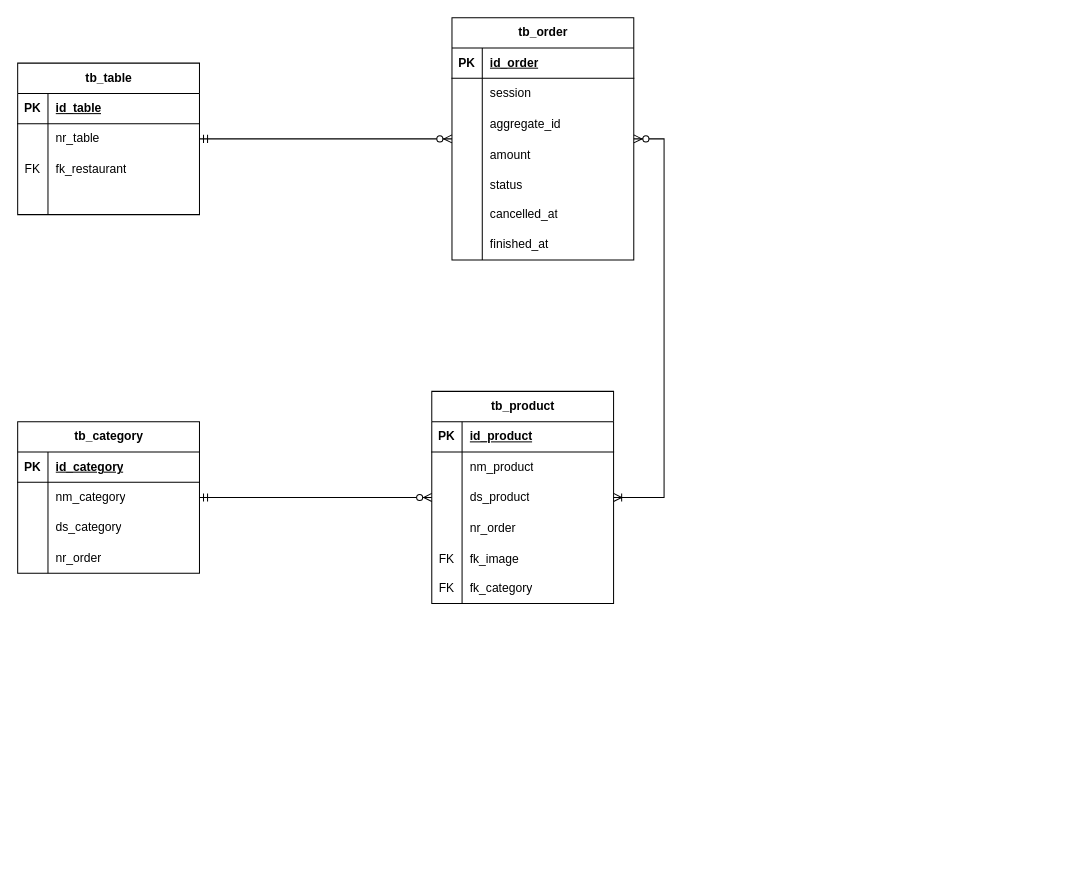
Before: mvp/docs/der.drawio in FlaTechX/ros-documentacao, a draw.io diagram. Source tidied: cells renumbered, new cells numbered last; positions are measured from the earlier drawing's top-left corner, leaving out a move shared by most shapes. Both pictures are drawn from the tidied source at 101%, with x=0, y=0 at pixel (17, 17).
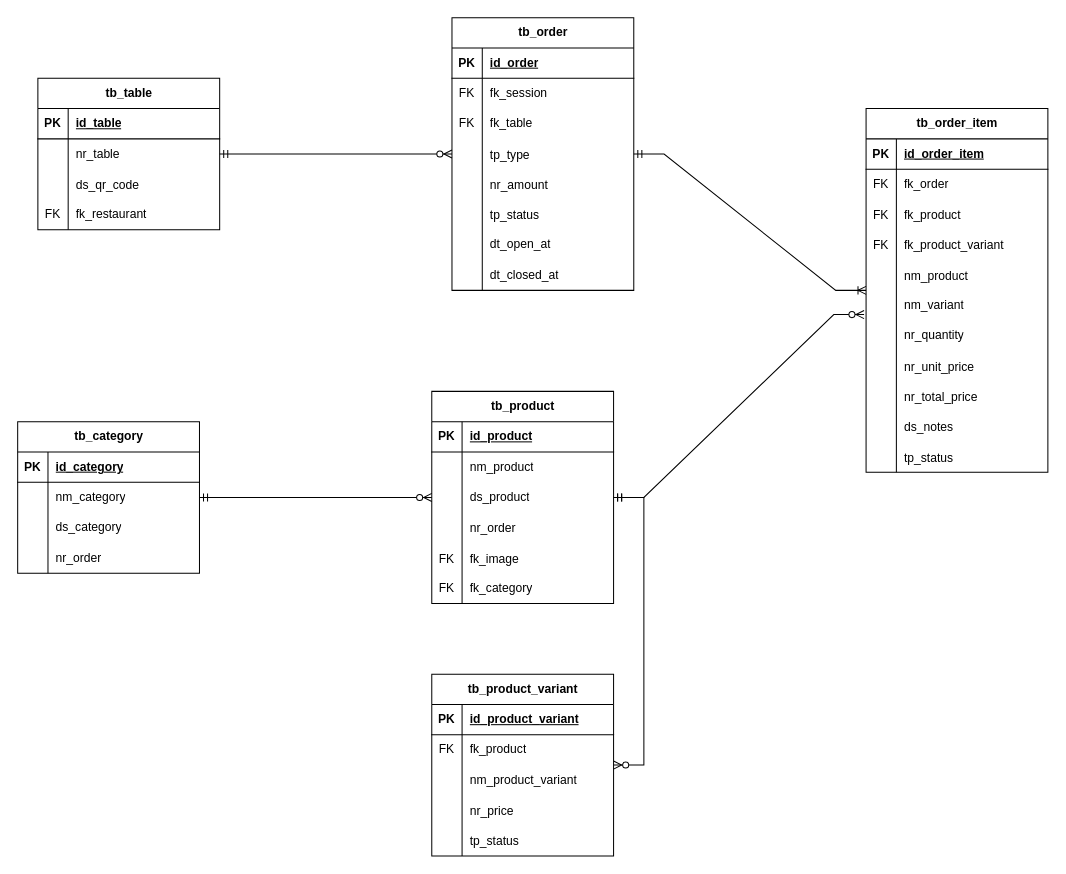
The same page after the edit.

The change refers to these unchanged cells:
```xml
<mxCell id="19" style="shape=tableRow;horizontal=0;startSize=0;swimlaneHead=0;swimlaneBody=0;fillColor=none;top=0;left=0;right=0;bottom=0;" parent="15" vertex="1">
  <mxGeometry y="60" width="180" height="30" as="geometry" />
</mxCell>
<mxCell id="50" value="tb_product" style="shape=table;startSize=30;childLayout=tableLayout;rowLines=0;fontStyle=1;align=center;html=1;" parent="1" vertex="1">
  <mxGeometry x="410" y="370" width="180" height="210" as="geometry" />
</mxCell>
```

The edit, as a diff of the source:
```diff
@@
     <mxCell id="2" value="tb_table" style="shape=table;startSize=30;childLayout=tableLayout;rowLines=0;fontStyle=1;align=center;html=1;" parent="1" vertex="1">
-      <mxGeometry y="45" width="180" height="150" as="geometry" />
+      <mxGeometry x="20" y="60" width="180" height="150" as="geometry" />
     </mxCell>
@@
+    <mxCell id="72" style="shape=tableRow;horizontal=0;startSize=0;swimlaneHead=0;swimlaneBody=0;fillColor=none;top=0;left=0;right=0;bottom=0;" parent="2" vertex="1">
+      <mxGeometry y="90" width="180" height="30" as="geometry" />
+    </mxCell>
+    <mxCell id="73" style="shape=partialRectangle;fillColor=none;top=0;left=0;bottom=0;right=0;overflow=hidden;" parent="72" vertex="1">
+      <mxGeometry width="30" height="30" as="geometry" />
+    </mxCell>
+    <mxCell id="74" value="ds_qr_code" style="shape=partialRectangle;fillColor=none;top=0;left=0;bottom=0;right=0;align=left;spacingLeft=6;overflow=hidden;" parent="72" vertex="1">
+      <mxGeometry x="30" width="150" height="30" as="geometry" />
+    </mxCell>
     <mxCell id="9" style="shape=tableRow;horizontal=0;startSize=0;swimlaneHead=0;swimlaneBody=0;fillColor=none;top=0;left=0;right=0;bottom=0;" parent="2" vertex="1">
-      <mxGeometry y="90" width="180" height="30" as="geometry" />
+      <mxGeometry y="120" width="180" height="30" as="geometry" />
     </mxCell>
@@
-    <mxCell id="12" style="shape=tableRow;horizontal=0;startSize=0;swimlaneHead=0;swimlaneBody=0;fillColor=none;top=0;left=0;right=0;bottom=0;" parent="2" vertex="1">
-      <mxGeometry y="120" width="180" height="30" as="geometry" />
-    </mxCell>
-    <mxCell id="13" style="shape=partialRectangle;fillColor=none;top=0;left=0;bottom=0;right=0;overflow=hidden;whiteSpace=wrap;html=1;" parent="12" vertex="1">
-      <mxGeometry width="30" height="30" as="geometry" />
-    </mxCell>
-    <mxCell id="14" style="shape=partialRectangle;fillColor=none;top=0;left=0;bottom=0;right=0;align=left;spacingLeft=6;overflow=hidden;whiteSpace=wrap;html=1;" parent="12" vertex="1">
-      <mxGeometry x="30" width="150" height="30" as="geometry" />
-    </mxCell>
     <mxCell id="15" value="tb_order" style="shape=table;startSize=30;childLayout=tableLayout;rowLines=0;fontStyle=1;align=center;html=1;" parent="1" vertex="1">
-      <mxGeometry x="430" width="180" height="240" as="geometry" />
+      <mxGeometry x="430" width="180" height="270" as="geometry" />
     </mxCell>
@@
-    <mxCell id="20" style="shape=partialRectangle;fillColor=none;top=0;left=0;bottom=0;right=0;overflow=hidden;whiteSpace=wrap;html=1;" parent="19" vertex="1">
+    <mxCell id="20" value="FK" style="shape=partialRectangle;fillColor=none;top=0;left=0;bottom=0;right=0;overflow=hidden;whiteSpace=wrap;html=1;" parent="19" vertex="1">
       <mxGeometry width="30" height="30" as="geometry" />
     </mxCell>
-    <mxCell id="21" value="session" style="shape=partialRectangle;fillColor=none;top=0;left=0;bottom=0;right=0;align=left;spacingLeft=6;overflow=hidden;whiteSpace=wrap;html=1;" parent="19" vertex="1">
+    <mxCell id="21" value="fk_session" style="shape=partialRectangle;fillColor=none;top=0;left=0;bottom=0;right=0;align=left;spacingLeft=6;overflow=hidden;whiteSpace=wrap;html=1;" parent="19" vertex="1">
       <mxGeometry x="30" width="150" height="30" as="geometry" />
     </mxCell>
+    <mxCell id="75" style="shape=tableRow;horizontal=0;startSize=0;swimlaneHead=0;swimlaneBody=0;fillColor=none;top=0;left=0;right=0;bottom=0;" parent="15" vertex="1">
+      <mxGeometry y="90" width="180" height="30" as="geometry" />
+    </mxCell>
+    <mxCell id="76" value="FK" style="shape=partialRectangle;fillColor=none;top=0;left=0;bottom=0;right=0;fontStyle=0;overflow=hidden;whiteSpace=wrap;html=1;" parent="75" vertex="1">
+      <mxGeometry width="30" height="30" as="geometry" />
+    </mxCell>
+    <mxCell id="77" value="fk_table" style="shape=partialRectangle;fillColor=none;top=0;left=0;bottom=0;right=0;align=left;spacingLeft=6;fontStyle=0;overflow=hidden;whiteSpace=wrap;html=1;" parent="75" vertex="1">
+      <mxGeometry x="30" width="150" height="30" as="geometry" />
+    </mxCell>
     <mxCell id="22" style="shape=tableRow;horizontal=0;startSize=0;swimlaneHead=0;swimlaneBody=0;fillColor=none;top=0;left=0;right=0;bottom=0;" parent="15" vertex="1">
-      <mxGeometry y="90" width="180" height="30" as="geometry" />
+      <mxGeometry y="120" width="180" height="30" as="geometry" />
     </mxCell>
@@
-    <mxCell id="24" value="aggregate_id" style="shape=partialRectangle;fillColor=none;top=0;left=0;bottom=0;right=0;align=left;spacingLeft=6;overflow=hidden;" parent="22" vertex="1">
+    <mxCell id="24" value="tp_type" style="shape=partialRectangle;fillColor=none;top=0;left=0;bottom=0;right=0;align=left;spacingLeft=6;overflow=hidden;" parent="22" vertex="1">
       <mxGeometry x="30" width="150" height="30" as="geometry" />
     </mxCell>
     <mxCell id="25" style="shape=tableRow;horizontal=0;startSize=0;swimlaneHead=0;swimlaneBody=0;fillColor=none;top=0;left=0;right=0;bottom=0;" parent="15" vertex="1">
-      <mxGeometry y="120" width="180" height="30" as="geometry" />
+      <mxGeometry y="150" width="180" height="30" as="geometry" />
     </mxCell>
@@
-    <mxCell id="27" value="amount" style="shape=partialRectangle;fillColor=none;top=0;left=0;bottom=0;right=0;align=left;spacingLeft=6;overflow=hidden;" parent="25" vertex="1">
+    <mxCell id="27" value="nr_amount" style="shape=partialRectangle;fillColor=none;top=0;left=0;bottom=0;right=0;align=left;spacingLeft=6;overflow=hidden;" parent="25" vertex="1">
       <mxGeometry x="30" width="150" height="30" as="geometry" />
     </mxCell>
     <mxCell id="28" style="shape=tableRow;horizontal=0;startSize=0;swimlaneHead=0;swimlaneBody=0;fillColor=none;top=0;left=0;right=0;bottom=0;" parent="15" vertex="1">
-      <mxGeometry y="150" width="180" height="30" as="geometry" />
+      <mxGeometry y="180" width="180" height="30" as="geometry" />
     </mxCell>
@@
-    <mxCell id="30" value="status" style="shape=partialRectangle;fillColor=none;top=0;left=0;bottom=0;right=0;align=left;spacingLeft=6;overflow=hidden;" parent="28" vertex="1">
+    <mxCell id="30" value="tp_status" style="shape=partialRectangle;fillColor=none;top=0;left=0;bottom=0;right=0;align=left;spacingLeft=6;overflow=hidden;" parent="28" vertex="1">
       <mxGeometry x="30" width="150" height="30" as="geometry" />
     </mxCell>
     <mxCell id="31" style="shape=tableRow;horizontal=0;startSize=0;swimlaneHead=0;swimlaneBody=0;fillColor=none;top=0;left=0;right=0;bottom=0;" parent="15" vertex="1">
-      <mxGeometry y="180" width="180" height="30" as="geometry" />
+      <mxGeometry y="210" width="180" height="30" as="geometry" />
     </mxCell>
@@
-    <mxCell id="33" value="cancelled_at" style="shape=partialRectangle;fillColor=none;top=0;left=0;bottom=0;right=0;align=left;spacingLeft=6;overflow=hidden;whiteSpace=wrap;html=1;" parent="31" vertex="1">
+    <mxCell id="33" value="dt_open_at" style="shape=partialRectangle;fillColor=none;top=0;left=0;bottom=0;right=0;align=left;spacingLeft=6;overflow=hidden;whiteSpace=wrap;html=1;" parent="31" vertex="1">
       <mxGeometry x="30" width="150" height="30" as="geometry" />
     </mxCell>
     <mxCell id="34" style="shape=tableRow;horizontal=0;startSize=0;swimlaneHead=0;swimlaneBody=0;fillColor=none;top=0;left=0;right=0;bottom=0;" parent="15" vertex="1">
-      <mxGeometry y="210" width="180" height="30" as="geometry" />
+      <mxGeometry y="240" width="180" height="30" as="geometry" />
     </mxCell>
@@
-    <mxCell id="36" value="finished_at" style="shape=partialRectangle;fillColor=none;top=0;left=0;bottom=0;right=0;align=left;spacingLeft=6;overflow=hidden;whiteSpace=wrap;html=1;" parent="34" vertex="1">
+    <mxCell id="36" value="dt_closed_at" style="shape=partialRectangle;fillColor=none;top=0;left=0;bottom=0;right=0;align=left;spacingLeft=6;overflow=hidden;whiteSpace=wrap;html=1;" parent="34" vertex="1">
       <mxGeometry x="30" width="150" height="30" as="geometry" />
     </mxCell>
@@
-    <mxCell id="70" style="edgeStyle=entityRelationEdgeStyle;fontSize=12;html=1;endArrow=ERoneToMany;startArrow=ERzeroToMany;rounded=0;" parent="1" edge="1" source="15" target="50">
-      <mxGeometry relative="1" as="geometry" />
-    </mxCell>
@@
+    <mxCell id="78" value="tb_order_item" style="shape=table;startSize=30;childLayout=tableLayout;rowLines=0;fontStyle=1;align=center;html=1;" parent="1" vertex="1">
+      <mxGeometry x="840" y="90" width="180" height="360" as="geometry" />
+    </mxCell>
+    <mxCell id="79" style="shape=tableRow;horizontal=0;startSize=0;swimlaneHead=0;swimlaneBody=0;fillColor=none;top=0;left=0;right=0;bottom=1;" parent="78" vertex="1">
+      <mxGeometry y="30" width="180" height="30" as="geometry" />
+    </mxCell>
+    <mxCell id="80" value="PK" style="shape=partialRectangle;fillColor=none;top=0;left=0;bottom=0;right=0;fontStyle=1;overflow=hidden;whiteSpace=wrap;html=1;" parent="79" vertex="1">
+      <mxGeometry width="30" height="30" as="geometry" />
+    </mxCell>
+    <mxCell id="81" value="id_order_item" style="shape=partialRectangle;fillColor=none;top=0;left=0;bottom=0;right=0;align=left;spacingLeft=6;fontStyle=5;overflow=hidden;whiteSpace=wrap;html=1;" parent="79" vertex="1">
+      <mxGeometry x="30" width="150" height="30" as="geometry" />
+    </mxCell>
+    <mxCell id="82" style="shape=tableRow;horizontal=0;startSize=0;swimlaneHead=0;swimlaneBody=0;fillColor=none;top=0;left=0;right=0;bottom=0;" parent="78" vertex="1">
+      <mxGeometry y="60" width="180" height="30" as="geometry" />
+    </mxCell>
+    <mxCell id="83" value="FK" style="shape=partialRectangle;fillColor=none;top=0;left=0;bottom=0;right=0;overflow=hidden;whiteSpace=wrap;html=1;" parent="82" vertex="1">
+      <mxGeometry width="30" height="30" as="geometry" />
+    </mxCell>
+    <mxCell id="84" value="fk_order" style="shape=partialRectangle;fillColor=none;top=0;left=0;bottom=0;right=0;align=left;spacingLeft=6;overflow=hidden;whiteSpace=wrap;html=1;" parent="82" vertex="1">
+      <mxGeometry x="30" width="150" height="30" as="geometry" />
+    </mxCell>
+    <mxCell id="85" style="shape=tableRow;horizontal=0;startSize=0;swimlaneHead=0;swimlaneBody=0;fillColor=none;top=0;left=0;right=0;bottom=0;" parent="78" vertex="1">
+      <mxGeometry y="90" width="180" height="30" as="geometry" />
+    </mxCell>
+    <mxCell id="86" value="FK" style="shape=partialRectangle;fillColor=none;top=0;left=0;bottom=0;right=0;overflow=hidden;" parent="85" vertex="1">
+      <mxGeometry width="30" height="30" as="geometry" />
+    </mxCell>
+    <mxCell id="87" value="fk_product" style="shape=partialRectangle;fillColor=none;top=0;left=0;bottom=0;right=0;align=left;spacingLeft=6;overflow=hidden;" parent="85" vertex="1">
+      <mxGeometry x="30" width="150" height="30" as="geometry" />
+    </mxCell>
+    <mxCell id="88" style="shape=tableRow;horizontal=0;startSize=0;swimlaneHead=0;swimlaneBody=0;fillColor=none;top=0;left=0;right=0;bottom=0;" parent="78" vertex="1">
+      <mxGeometry y="120" width="180" height="30" as="geometry" />
+    </mxCell>
+    <mxCell id="89" value="FK" style="shape=partialRectangle;fillColor=none;top=0;left=0;bottom=0;right=0;overflow=hidden;" parent="88" vertex="1">
+      <mxGeometry width="30" height="30" as="geometry" />
+    </mxCell>
+    <mxCell id="90" value="fk_product_variant" style="shape=partialRectangle;fillColor=none;top=0;left=0;bottom=0;right=0;align=left;spacingLeft=6;overflow=hidden;" parent="88" vertex="1">
+      <mxGeometry x="30" width="150" height="30" as="geometry" />
+    </mxCell>
+    <mxCell id="91" style="shape=tableRow;horizontal=0;startSize=0;swimlaneHead=0;swimlaneBody=0;fillColor=none;top=0;left=0;right=0;bottom=0;" parent="78" vertex="1">
+      <mxGeometry y="150" width="180" height="30" as="geometry" />
+    </mxCell>
+    <mxCell id="92" style="shape=partialRectangle;fillColor=none;top=0;left=0;bottom=0;right=0;overflow=hidden;" parent="91" vertex="1">
+      <mxGeometry width="30" height="30" as="geometry" />
+    </mxCell>
+    <mxCell id="93" value="nm_product" style="shape=partialRectangle;fillColor=none;top=0;left=0;bottom=0;right=0;align=left;spacingLeft=6;overflow=hidden;" parent="91" vertex="1">
+      <mxGeometry x="30" width="150" height="30" as="geometry" />
+    </mxCell>
+    <mxCell id="94" style="shape=tableRow;horizontal=0;startSize=0;swimlaneHead=0;swimlaneBody=0;fillColor=none;points=[[0,0.5],[1,0.5]];portConstraint=eastwest;top=0;left=0;right=0;bottom=0;" parent="78" vertex="1">
+      <mxGeometry y="180" width="180" height="30" as="geometry" />
+    </mxCell>
+    <mxCell id="95" style="shape=partialRectangle;fillColor=none;top=0;left=0;bottom=0;right=0;overflow=hidden;whiteSpace=wrap;html=1;" parent="94" vertex="1">
+      <mxGeometry width="30" height="30" as="geometry" />
+    </mxCell>
+    <mxCell id="96" value="nm_variant" style="shape=partialRectangle;fillColor=none;top=0;left=0;bottom=0;right=0;align=left;spacingLeft=6;overflow=hidden;whiteSpace=wrap;html=1;" parent="94" vertex="1">
+      <mxGeometry x="30" width="150" height="30" as="geometry" />
+    </mxCell>
+    <mxCell id="97" style="shape=tableRow;horizontal=0;startSize=0;swimlaneHead=0;swimlaneBody=0;fillColor=none;top=0;left=0;right=0;bottom=0;" parent="78" vertex="1">
+      <mxGeometry y="210" width="180" height="30" as="geometry" />
+    </mxCell>
+    <mxCell id="98" style="shape=partialRectangle;fillColor=none;top=0;left=0;bottom=0;right=0;overflow=hidden;whiteSpace=wrap;html=1;" parent="97" vertex="1">
+      <mxGeometry width="30" height="30" as="geometry" />
+    </mxCell>
+    <mxCell id="99" value="nr_quantity" style="shape=partialRectangle;fillColor=none;top=0;left=0;bottom=0;right=0;align=left;spacingLeft=6;overflow=hidden;whiteSpace=wrap;html=1;" parent="97" vertex="1">
+      <mxGeometry x="30" width="150" height="30" as="geometry" />
+    </mxCell>
+    <mxCell id="100" style="shape=tableRow;horizontal=0;startSize=0;swimlaneHead=0;swimlaneBody=0;fillColor=none;top=0;left=0;right=0;bottom=0;" parent="78" vertex="1">
+      <mxGeometry y="240" width="180" height="30" as="geometry" />
+    </mxCell>
+    <mxCell id="101" style="shape=partialRectangle;fillColor=none;top=0;left=0;bottom=0;right=0;overflow=hidden;" parent="100" vertex="1">
+      <mxGeometry width="30" height="30" as="geometry" />
+    </mxCell>
+    <mxCell id="102" value="nr_unit_price" style="shape=partialRectangle;fillColor=none;top=0;left=0;bottom=0;right=0;align=left;spacingLeft=6;overflow=hidden;" parent="100" vertex="1">
+      <mxGeometry x="30" width="150" height="30" as="geometry" />
+    </mxCell>
+    <mxCell id="103" style="shape=tableRow;horizontal=0;startSize=0;swimlaneHead=0;swimlaneBody=0;fillColor=none;top=0;left=0;right=0;bottom=0;" parent="78" vertex="1">
+      <mxGeometry y="270" width="180" height="30" as="geometry" />
+    </mxCell>
+    <mxCell id="104" style="shape=partialRectangle;fillColor=none;top=0;left=0;bottom=0;right=0;overflow=hidden;" parent="103" vertex="1">
+      <mxGeometry width="30" height="30" as="geometry" />
+    </mxCell>
+    <mxCell id="105" value="nr_total_price" style="shape=partialRectangle;fillColor=none;top=0;left=0;bottom=0;right=0;align=left;spacingLeft=6;overflow=hidden;" parent="103" vertex="1">
+      <mxGeometry x="30" width="150" height="30" as="geometry" />
+    </mxCell>
+    <mxCell id="106" style="shape=tableRow;horizontal=0;startSize=0;swimlaneHead=0;swimlaneBody=0;fillColor=none;top=0;left=0;right=0;bottom=0;" parent="78" vertex="1">
+      <mxGeometry y="300" width="180" height="30" as="geometry" />
+    </mxCell>
+    <mxCell id="107" style="shape=partialRectangle;fillColor=none;top=0;left=0;bottom=0;right=0;overflow=hidden;" parent="106" vertex="1">
+      <mxGeometry width="30" height="30" as="geometry" />
+    </mxCell>
+    <mxCell id="108" value="ds_notes" style="shape=partialRectangle;fillColor=none;top=0;left=0;bottom=0;right=0;align=left;spacingLeft=6;overflow=hidden;" parent="106" vertex="1">
+      <mxGeometry x="30" width="150" height="30" as="geometry" />
+    </mxCell>
+    <mxCell id="109" style="shape=tableRow;horizontal=0;startSize=0;swimlaneHead=0;swimlaneBody=0;fillColor=none;top=0;left=0;right=0;bottom=0;" parent="78" vertex="1">
+      <mxGeometry y="330" width="180" height="30" as="geometry" />
+    </mxCell>
+    <mxCell id="110" style="shape=partialRectangle;fillColor=none;top=0;left=0;bottom=0;right=0;overflow=hidden;" parent="109" vertex="1">
+      <mxGeometry width="30" height="30" as="geometry" />
+    </mxCell>
+    <mxCell id="111" value="tp_status" style="shape=partialRectangle;fillColor=none;top=0;left=0;bottom=0;right=0;align=left;spacingLeft=6;overflow=hidden;" parent="109" vertex="1">
+      <mxGeometry x="30" width="150" height="30" as="geometry" />
+    </mxCell>
+    <mxCell id="112" style="edgeStyle=entityRelationEdgeStyle;fontSize=12;html=1;endArrow=ERoneToMany;startArrow=ERmandOne;rounded=0;" parent="1" edge="1" source="15" target="78">
+      <mxGeometry relative="1" as="geometry" />
+    </mxCell>
+    <mxCell id="113" style="edgeStyle=entityRelationEdgeStyle;fontSize=12;html=1;endArrow=ERzeroToMany;startArrow=ERmandOne;rounded=0;entryX=-0.011;entryY=0.8;entryDx=0;entryDy=0;entryPerimeter=0;" parent="1" edge="1" source="50" target="94">
+      <mxGeometry relative="1" as="geometry" />
+    </mxCell>
+    <mxCell id="114" value="tb_product_variant" style="shape=table;startSize=30;childLayout=tableLayout;rowLines=0;fontStyle=1;align=center;html=1;" parent="1" vertex="1">
+      <mxGeometry x="410" y="650" width="180" height="180" as="geometry" />
+    </mxCell>
+    <mxCell id="115" style="shape=tableRow;horizontal=0;startSize=0;swimlaneHead=0;swimlaneBody=0;fillColor=none;top=0;left=0;right=0;bottom=1;" parent="114" vertex="1">
+      <mxGeometry y="30" width="180" height="30" as="geometry" />
+    </mxCell>
+    <mxCell id="116" value="PK" style="shape=partialRectangle;fillColor=none;top=0;left=0;bottom=0;right=0;fontStyle=1;overflow=hidden;whiteSpace=wrap;html=1;" parent="115" vertex="1">
+      <mxGeometry width="30" height="30" as="geometry" />
+    </mxCell>
+    <mxCell id="117" value="id_product_variant" style="shape=partialRectangle;fillColor=none;top=0;left=0;bottom=0;right=0;align=left;spacingLeft=6;fontStyle=5;overflow=hidden;whiteSpace=wrap;html=1;" parent="115" vertex="1">
+      <mxGeometry x="30" width="150" height="30" as="geometry" />
+    </mxCell>
+    <mxCell id="118" style="shape=tableRow;horizontal=0;startSize=0;swimlaneHead=0;swimlaneBody=0;fillColor=none;top=0;left=0;right=0;bottom=0;" parent="114" vertex="1">
+      <mxGeometry y="60" width="180" height="30" as="geometry" />
+    </mxCell>
+    <mxCell id="119" value="FK" style="shape=partialRectangle;fillColor=none;top=0;left=0;bottom=0;right=0;overflow=hidden;whiteSpace=wrap;html=1;" parent="118" vertex="1">
+      <mxGeometry width="30" height="30" as="geometry" />
+    </mxCell>
+    <mxCell id="120" value="fk_product" style="shape=partialRectangle;fillColor=none;top=0;left=0;bottom=0;right=0;align=left;spacingLeft=6;overflow=hidden;whiteSpace=wrap;html=1;" parent="118" vertex="1">
+      <mxGeometry x="30" width="150" height="30" as="geometry" />
+    </mxCell>
+    <mxCell id="121" style="shape=tableRow;horizontal=0;startSize=0;swimlaneHead=0;swimlaneBody=0;fillColor=none;top=0;left=0;right=0;bottom=0;" parent="114" vertex="1">
+      <mxGeometry y="90" width="180" height="30" as="geometry" />
+    </mxCell>
+    <mxCell id="122" style="shape=partialRectangle;fillColor=none;top=0;left=0;bottom=0;right=0;overflow=hidden;whiteSpace=wrap;html=1;" parent="121" vertex="1">
+      <mxGeometry width="30" height="30" as="geometry" />
+    </mxCell>
+    <mxCell id="123" value="nm_product_variant" style="shape=partialRectangle;fillColor=none;top=0;left=0;bottom=0;right=0;align=left;spacingLeft=6;overflow=hidden;whiteSpace=wrap;html=1;" parent="121" vertex="1">
+      <mxGeometry x="30" width="150" height="30" as="geometry" />
+    </mxCell>
+    <mxCell id="124" style="shape=tableRow;horizontal=0;startSize=0;swimlaneHead=0;swimlaneBody=0;fillColor=none;top=0;left=0;right=0;bottom=0;" parent="114" vertex="1">
+      <mxGeometry y="120" width="180" height="30" as="geometry" />
+    </mxCell>
+    <mxCell id="125" style="shape=partialRectangle;fillColor=none;top=0;left=0;bottom=0;right=0;overflow=hidden;" parent="124" vertex="1">
+      <mxGeometry width="30" height="30" as="geometry" />
+    </mxCell>
+    <mxCell id="126" value="nr_price" style="shape=partialRectangle;fillColor=none;top=0;left=0;bottom=0;right=0;align=left;spacingLeft=6;overflow=hidden;" parent="124" vertex="1">
+      <mxGeometry x="30" width="150" height="30" as="geometry" />
+    </mxCell>
+    <mxCell id="127" style="shape=tableRow;horizontal=0;startSize=0;swimlaneHead=0;swimlaneBody=0;fillColor=none;top=0;left=0;right=0;bottom=0;" parent="114" vertex="1">
+      <mxGeometry y="150" width="180" height="30" as="geometry" />
+    </mxCell>
+    <mxCell id="128" style="shape=partialRectangle;fillColor=none;top=0;left=0;bottom=0;right=0;overflow=hidden;" parent="127" vertex="1">
+      <mxGeometry width="30" height="30" as="geometry" />
+    </mxCell>
+    <mxCell id="129" value="tp_status" style="shape=partialRectangle;fillColor=none;top=0;left=0;bottom=0;right=0;align=left;spacingLeft=6;overflow=hidden;" parent="127" vertex="1">
+      <mxGeometry x="30" width="150" height="30" as="geometry" />
+    </mxCell>
+    <mxCell id="130" style="edgeStyle=entityRelationEdgeStyle;fontSize=12;html=1;endArrow=ERzeroToMany;startArrow=ERmandOne;rounded=0;" parent="1" edge="1" source="50" target="114">
+      <mxGeometry relative="1" as="geometry" />
+    </mxCell>
```
